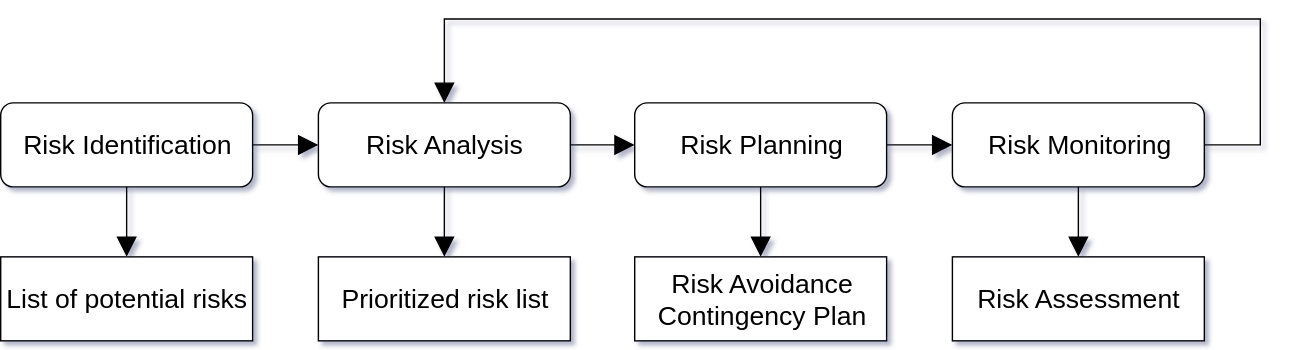
The draw.io diagram RiskManagementProcess.svg in SirPryderi/CSCU9P5-Exam-Notes, before a commit. Source tidied: cells renumbered, new cells last; positions are measured from the earlier drawing's top-left corner, leaving out a move shared by most shapes.
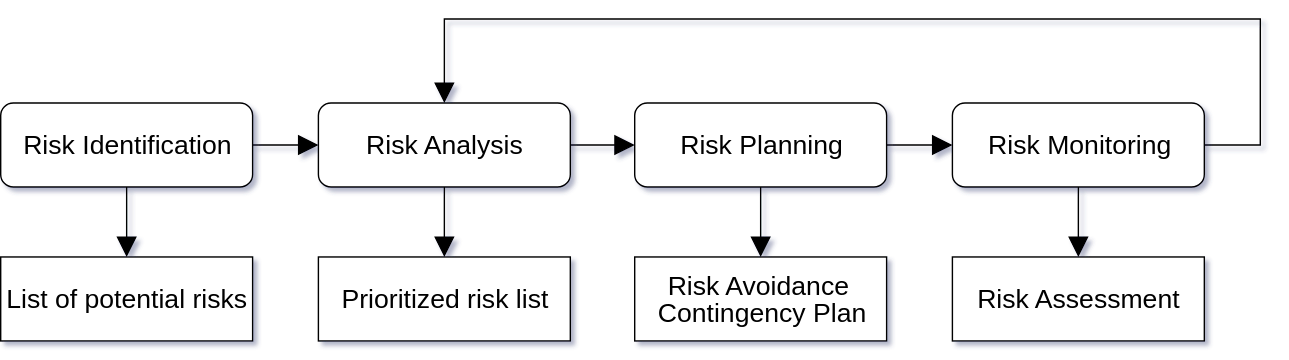
Above is the later version.

Commit message:
Updated risk process diagram

The edit, as a diff of the source:
```diff
@@ -50,7 +50,7 @@
     <mxCell id="15" value="Prioritized risk list" style="rounded=0;whiteSpace=wrap;html=1;shadow=0;glass=0;comic=0;labelBackgroundColor=none;fillColor=#ffffff;fontSize=19;align=center;" parent="1" vertex="1">
       <mxGeometry x="227" y="170" width="180" height="60" as="geometry" />
     </mxCell>
-    <mxCell id="16" value="Risk Avoidance&lt;div&gt;Contingency Plan&lt;/div&gt;" style="rounded=0;whiteSpace=wrap;html=1;shadow=0;glass=0;comic=0;labelBackgroundColor=none;fillColor=#ffffff;fontSize=19;align=center;" parent="1" vertex="1">
+    <mxCell id="16" value="&lt;p style=&quot;line-height: 100%&quot;&gt;Risk Avoidance&amp;nbsp;&lt;br&gt;&lt;span&gt;Contingency Plan&lt;/span&gt;&lt;/p&gt;&lt;p&gt;&lt;/p&gt;" style="rounded=0;whiteSpace=wrap;html=1;shadow=0;glass=0;comic=0;labelBackgroundColor=none;fillColor=#ffffff;fontSize=19;align=center;" parent="1" vertex="1">
       <mxGeometry x="453" y="170" width="180" height="60" as="geometry" />
     </mxCell>
     <mxCell id="17" value="Risk Assessment" style="rounded=0;whiteSpace=wrap;html=1;shadow=0;glass=0;comic=0;labelBackgroundColor=none;fillColor=#ffffff;fontSize=19;align=center;" parent="1" vertex="1">
```
